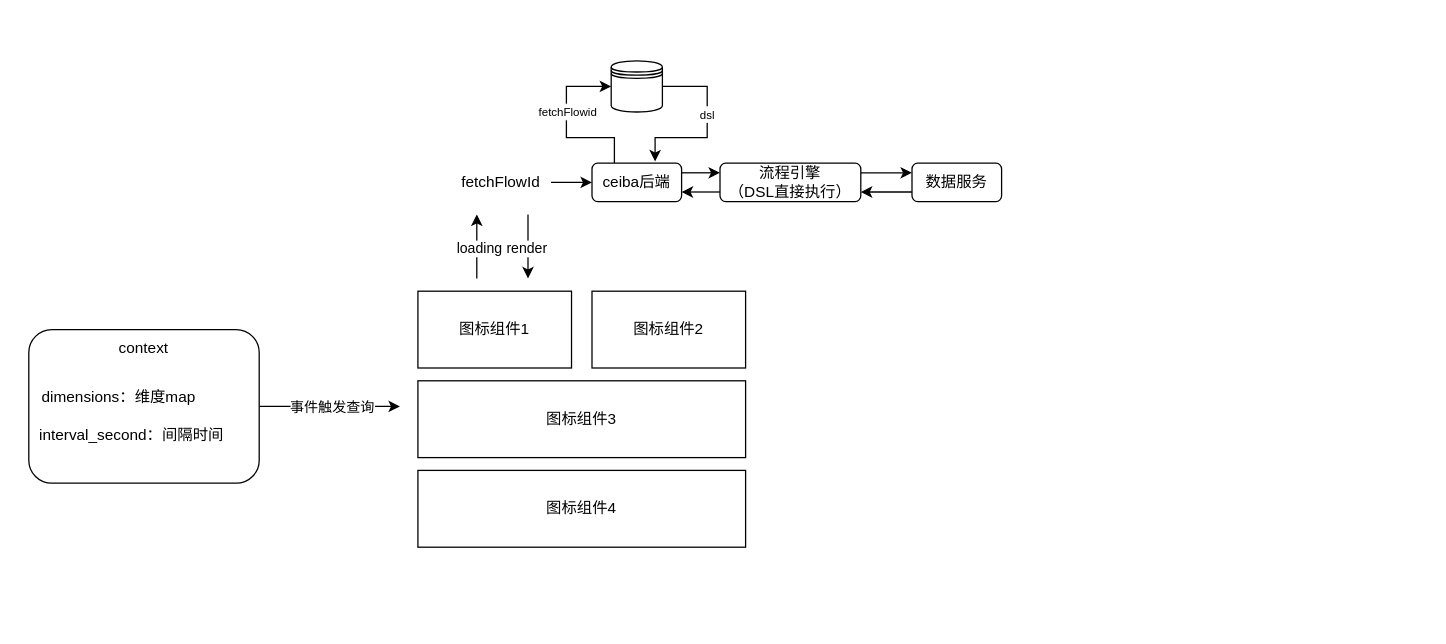
Earlier version of the draw.io diagram data_design.drawio (axtrur/resource). Source tidied: cells renumbered, new cells numbered last; positions are measured from the earlier drawing's top-left corner, leaving out a move shared by most shapes. Both pictures are drawn from the tidied source at 128%, with x=0, y=0 at pixel (22, 60).
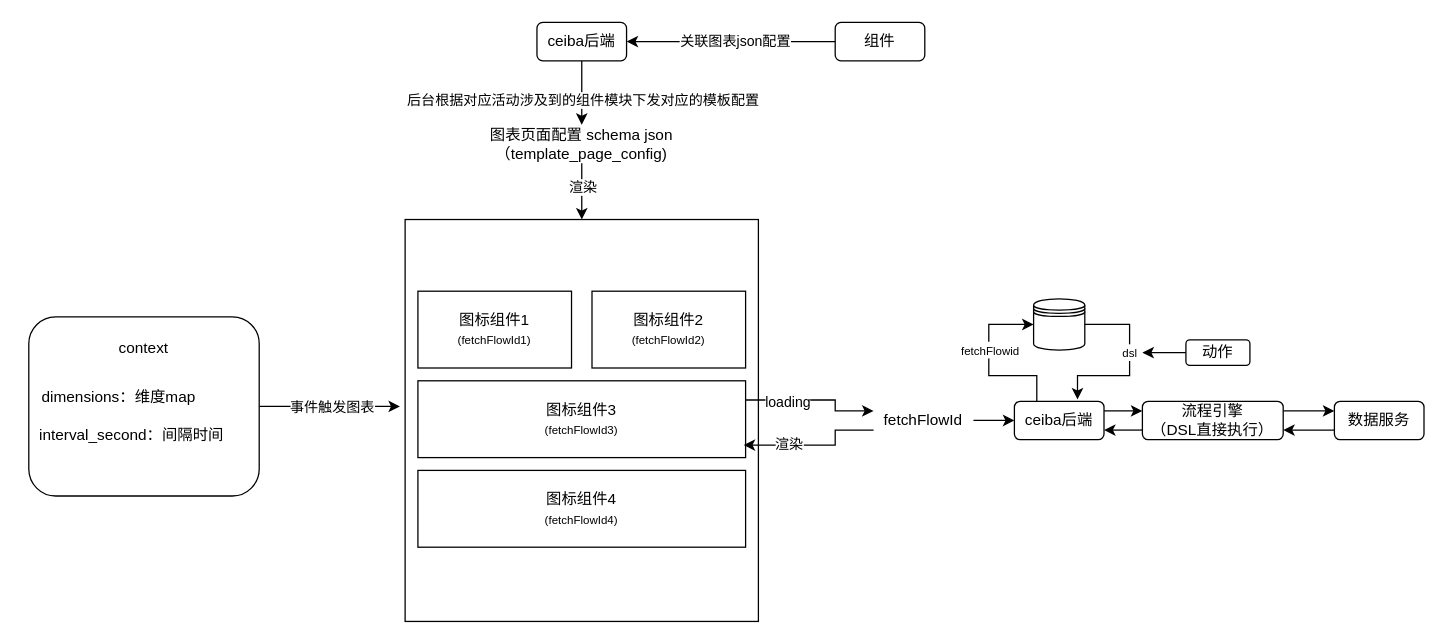
After the change.

The change refers to these unchanged cells:
```xml
<mxCell id="2" style="edgeStyle=orthogonalEdgeStyle;rounded=0;jettySize=auto;html=1;exitX=1;exitY=0.5;exitDx=0;exitDy=0;" parent="1" edge="1" source="4">
  <mxGeometry relative="1" as="geometry">
    <mxPoint x="295" y="270" as="targetPoint" />
  </mxGeometry>
</mxCell>
```

Diff of the diagram source:
```diff
@@
+    <mxCell id="30" style="rounded=0;whiteSpace=wrap;html=1;" parent="1" vertex="1">
+      <mxGeometry x="299" y="124" width="276" height="314" as="geometry" />
+    </mxCell>
@@
-    <mxCell id="3" value="事件触发查询" style="edgeLabel;html=1;align=center;verticalAlign=middle;" parent="2" vertex="1">
+    <mxCell id="3" value="事件触发图表" style="edgeLabel;html=1;align=center;verticalAlign=middle;" parent="2" vertex="1">
       <mxGeometry x="-0.01" y="1" relative="1" as="geometry" />
     </mxCell>
     <mxCell id="4" style="rounded=1;whiteSpace=wrap;html=1;" parent="1" vertex="1">
-      <mxGeometry x="5" y="210" width="180" height="120" as="geometry" />
+      <mxGeometry x="5" y="200" width="180" height="140" as="geometry" />
     </mxCell>
-    <mxCell id="5" value="图标组件1" style="rounded=0;whiteSpace=wrap;html=1;" parent="1" vertex="1">
+    <mxCell id="5" value="图标组件1&lt;div&gt;&lt;font style=&quot;font-size: 9px;&quot;&gt;(fetchFlowId1)&lt;/font&gt;&lt;/div&gt;" style="rounded=0;whiteSpace=wrap;html=1;" parent="1" vertex="1">
       <mxGeometry x="309" y="180" width="120" height="60" as="geometry" />
     </mxCell>
-    <mxCell id="6" value="图标组件2" style="rounded=0;whiteSpace=wrap;html=1;" parent="1" vertex="1">
+    <mxCell id="6" value="图标组件2&lt;div&gt;&lt;font style=&quot;font-size: 9px;&quot;&gt;(fetchFlowId2)&lt;/font&gt;&lt;br&gt;&lt;/div&gt;" style="rounded=0;whiteSpace=wrap;html=1;" parent="1" vertex="1">
       <mxGeometry x="445" y="180" width="120" height="60" as="geometry" />
     </mxCell>
+    <mxCell id="31" style="edgeStyle=orthogonalEdgeStyle;rounded=0;jettySize=auto;html=1;exitX=1;exitY=0.25;exitDx=0;exitDy=0;entryX=0;entryY=0.25;entryDx=0;entryDy=0;" parent="1" edge="1" source="7" target="13">
+      <mxGeometry relative="1" as="geometry">
+        <Array as="points">
+          <mxPoint x="635" y="265" />
+          <mxPoint x="635" y="274" />
+        </Array>
+      </mxGeometry>
+    </mxCell>
+    <mxCell id="24" value="loading" style="edgeLabel;html=1;align=center;verticalAlign=middle;" parent="31" vertex="1">
+      <mxGeometry x="-0.41" y="-1" relative="1" as="geometry" />
+    </mxCell>
-    <mxCell id="7" value="图标组件3" style="rounded=0;whiteSpace=wrap;html=1;" parent="1" vertex="1">
+    <mxCell id="7" value="图标组件3&lt;div&gt;&lt;font style=&quot;font-size: 9px;&quot;&gt;(fetchFlowId3)&lt;/font&gt;&lt;br&gt;&lt;/div&gt;" style="rounded=0;whiteSpace=wrap;html=1;" parent="1" vertex="1">
       <mxGeometry x="309" y="250" width="256" height="60" as="geometry" />
     </mxCell>
-    <mxCell id="8" value="图标组件4" style="rounded=0;whiteSpace=wrap;html=1;" parent="1" vertex="1">
+    <mxCell id="8" value="图标组件4&lt;div&gt;&lt;font style=&quot;font-size: 9px;&quot;&gt;(fetchFlowId4)&lt;/font&gt;&lt;br&gt;&lt;/div&gt;" style="rounded=0;whiteSpace=wrap;html=1;" parent="1" vertex="1">
       <mxGeometry x="309" y="320" width="256" height="60" as="geometry" />
     </mxCell>
@@
     <mxCell id="12" style="edgeStyle=orthogonalEdgeStyle;rounded=0;jettySize=auto;html=1;exitX=1;exitY=0.5;exitDx=0;exitDy=0;" parent="1" edge="1" source="13">
       <mxGeometry relative="1" as="geometry">
-        <mxPoint x="445" y="95" as="targetPoint" />
+        <mxPoint x="775" y="281" as="targetPoint" />
       </mxGeometry>
     </mxCell>
     <mxCell id="13" value="fetchFlowId" style="text;html=1;align=center;verticalAlign=middle;whiteSpace=wrap;rounded=0;" parent="1" vertex="1">
-      <mxGeometry x="335" y="80" width="78" height="30" as="geometry" />
+      <mxGeometry x="665" y="266" width="78" height="30" as="geometry" />
     </mxCell>
@@
     <mxCell id="17" value="ceiba后端" style="rounded=1;whiteSpace=wrap;html=1;" parent="1" vertex="1">
-      <mxGeometry x="445" y="80" width="70" height="30" as="geometry" />
+      <mxGeometry x="775" y="266" width="70" height="30" as="geometry" />
     </mxCell>
@@
     <mxCell id="20" value="流程引擎&lt;div&gt;（DSL直接执行）&lt;/div&gt;" style="rounded=1;whiteSpace=wrap;html=1;" parent="1" vertex="1">
-      <mxGeometry x="545" y="80" width="110" height="30" as="geometry" />
+      <mxGeometry x="875" y="266" width="110" height="30" as="geometry" />
     </mxCell>
@@
     <mxCell id="22" value="数据服务" style="rounded=1;whiteSpace=wrap;html=1;" parent="1" vertex="1">
-      <mxGeometry x="695" y="80" width="70" height="30" as="geometry" />
+      <mxGeometry x="1025" y="266" width="70" height="30" as="geometry" />
     </mxCell>
-    <mxCell id="23" style="endArrow=classic;html=1;rounded=0;" parent="1" edge="1">
-      <mxGeometry relative="1" as="geometry">
-        <mxPoint x="355" y="170" as="sourcePoint" />
-        <mxPoint x="355" y="120" as="targetPoint" />
-      </mxGeometry>
-    </mxCell>
-    <mxCell id="24" value="loading" style="edgeLabel;html=1;align=center;verticalAlign=middle;" parent="23" vertex="1">
-      <mxGeometry x="-0.03" y="-1" relative="1" as="geometry" />
-    </mxCell>
-    <mxCell id="25" style="endArrow=classic;html=1;rounded=0;" parent="1" edge="1">
-      <mxGeometry relative="1" as="geometry">
-        <mxPoint x="395" y="120" as="sourcePoint" />
-        <mxPoint x="395" y="170" as="targetPoint" />
-      </mxGeometry>
-    </mxCell>
-    <mxCell id="26" value="render" style="edgeLabel;html=1;align=center;verticalAlign=middle;" parent="25" vertex="1">
-      <mxGeometry x="0.05" y="-2" relative="1" as="geometry" />
-    </mxCell>
     <mxCell id="27" style="shape=datastore;whiteSpace=wrap;html=1;" parent="1" vertex="1">
-      <mxGeometry x="460" width="40" height="40" as="geometry" />
+      <mxGeometry x="790" y="186" width="40" height="40" as="geometry" />
     </mxCell>
     <mxCell id="28" style="edgeStyle=orthogonalEdgeStyle;rounded=0;jettySize=auto;html=1;exitX=1;exitY=0.5;exitDx=0;exitDy=0;entryX=0.704;entryY=-0.046;entryDx=0;entryDy=0;entryPerimeter=0;" parent="1" edge="1" source="27" target="17">
       <mxGeometry relative="1" as="geometry">
         <Array as="points">
-          <mxPoint x="535" y="20" />
-          <mxPoint x="535" y="60" />
-          <mxPoint x="494" y="60" />
+          <mxPoint x="865" y="206" />
+          <mxPoint x="865" y="246" />
+          <mxPoint x="824" y="246" />
         </Array>
       </mxGeometry>
     </mxCell>
@@
+    <mxCell id="32" style="edgeStyle=orthogonalEdgeStyle;rounded=0;jettySize=auto;html=1;exitX=0;exitY=0.75;exitDx=0;exitDy=0;entryX=0.994;entryY=0.837;entryDx=0;entryDy=0;entryPerimeter=0;" parent="1" edge="1" source="13" target="7">
+      <mxGeometry relative="1" as="geometry">
+        <Array as="points">
+          <mxPoint x="635" y="289" />
+          <mxPoint x="635" y="300" />
+        </Array>
+      </mxGeometry>
+    </mxCell>
+    <mxCell id="33" value="渲染" style="edgeLabel;html=1;align=center;verticalAlign=middle;" parent="32" vertex="1">
+      <mxGeometry x="0.37" y="-1" relative="1" as="geometry" />
+    </mxCell>
+    <mxCell id="34" style="edgeStyle=orthogonalEdgeStyle;rounded=0;jettySize=auto;html=1;exitX=0.5;exitY=1;exitDx=0;exitDy=0;entryX=0.5;entryY=0;entryDx=0;entryDy=0;" parent="1" edge="1" source="36" target="30">
+      <mxGeometry relative="1" as="geometry" />
+    </mxCell>
+    <mxCell id="35" value="渲染" style="edgeLabel;html=1;align=center;verticalAlign=middle;" parent="34" vertex="1">
+      <mxGeometry x="-0.17" relative="1" as="geometry" />
+    </mxCell>
+    <mxCell id="36" value="图表页面配置 schema json&lt;div&gt;（template_page_config)&lt;/div&gt;" style="text;html=1;align=center;verticalAlign=middle;whiteSpace=wrap;rounded=0;" parent="1" vertex="1">
+      <mxGeometry x="362" y="50" width="150" height="30" as="geometry" />
+    </mxCell>
+    <mxCell id="37" style="endArrow=classic;html=1;rounded=0;entryX=0.5;entryY=0;entryDx=0;entryDy=0;" parent="1" edge="1" target="36">
+      <mxGeometry relative="1" as="geometry">
+        <mxPoint x="437" as="sourcePoint" />
+      </mxGeometry>
+    </mxCell>
+    <mxCell id="38" value="后台根据对应活动涉及到的组件模块下发对应的模板配置" style="edgeLabel;html=1;align=center;verticalAlign=middle;" parent="37" vertex="1">
+      <mxGeometry x="-0.28" y="1" relative="1" as="geometry">
+        <mxPoint x="-1" y="12" as="offset" />
+      </mxGeometry>
+    </mxCell>
+    <mxCell id="39" style="edgeStyle=orthogonalEdgeStyle;rounded=0;jettySize=auto;html=1;exitX=0;exitY=0.5;exitDx=0;exitDy=0;entryX=1;entryY=0.5;entryDx=0;entryDy=0;" parent="1" edge="1" source="41" target="42">
+      <mxGeometry relative="1" as="geometry" />
+    </mxCell>
+    <mxCell id="40" value="关联图表json配置" style="edgeLabel;html=1;align=center;verticalAlign=middle;" parent="39" vertex="1">
+      <mxGeometry x="0.12" y="-1" relative="1" as="geometry">
+        <mxPoint x="12" as="offset" />
+      </mxGeometry>
+    </mxCell>
+    <mxCell id="41" value="组件" style="rounded=1;whiteSpace=wrap;html=1;" parent="1" vertex="1">
+      <mxGeometry x="635" y="-30" width="70" height="30" as="geometry" />
+    </mxCell>
+    <mxCell id="42" value="ceiba后端" style="rounded=1;whiteSpace=wrap;html=1;" parent="1" vertex="1">
+      <mxGeometry x="402" y="-30" width="70" height="30" as="geometry" />
+    </mxCell>
+    <mxCell id="43" style="edgeStyle=orthogonalEdgeStyle;rounded=0;jettySize=auto;html=1;exitX=0;exitY=0.5;exitDx=0;exitDy=0;" parent="1" edge="1" source="44">
+      <mxGeometry relative="1" as="geometry">
+        <mxPoint x="875" y="227.9" as="targetPoint" />
+      </mxGeometry>
+    </mxCell>
+    <mxCell id="44" value="动作" style="rounded=1;whiteSpace=wrap;html=1;" parent="1" vertex="1">
+      <mxGeometry x="909" y="218" width="50" height="20" as="geometry" />
+    </mxCell>
```
